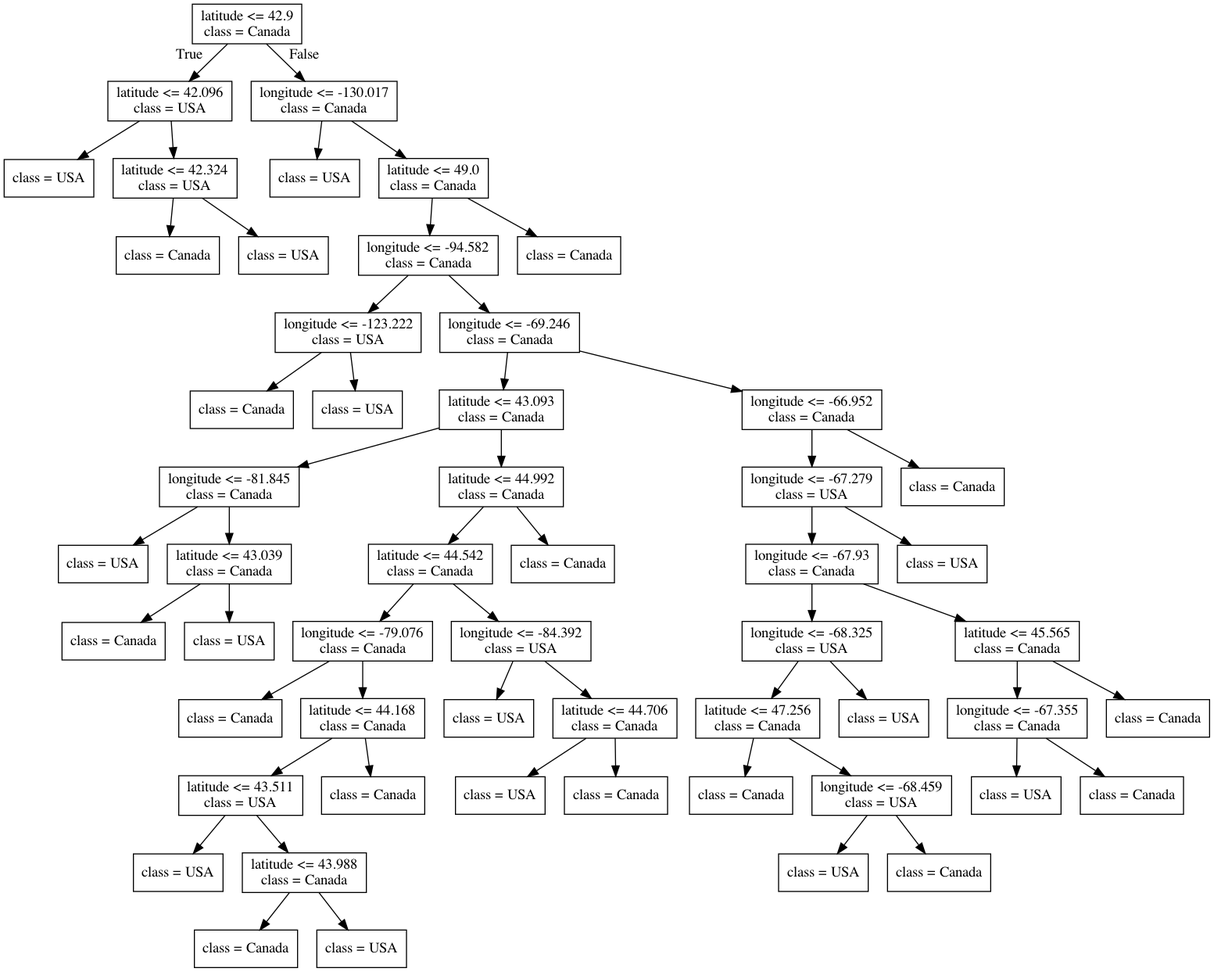
Above: lectures/Source.gv.png in bait509-ubc/BAIT509 (Graphviz), before the change. Its source is kept beside it as lectures/Source.gv.
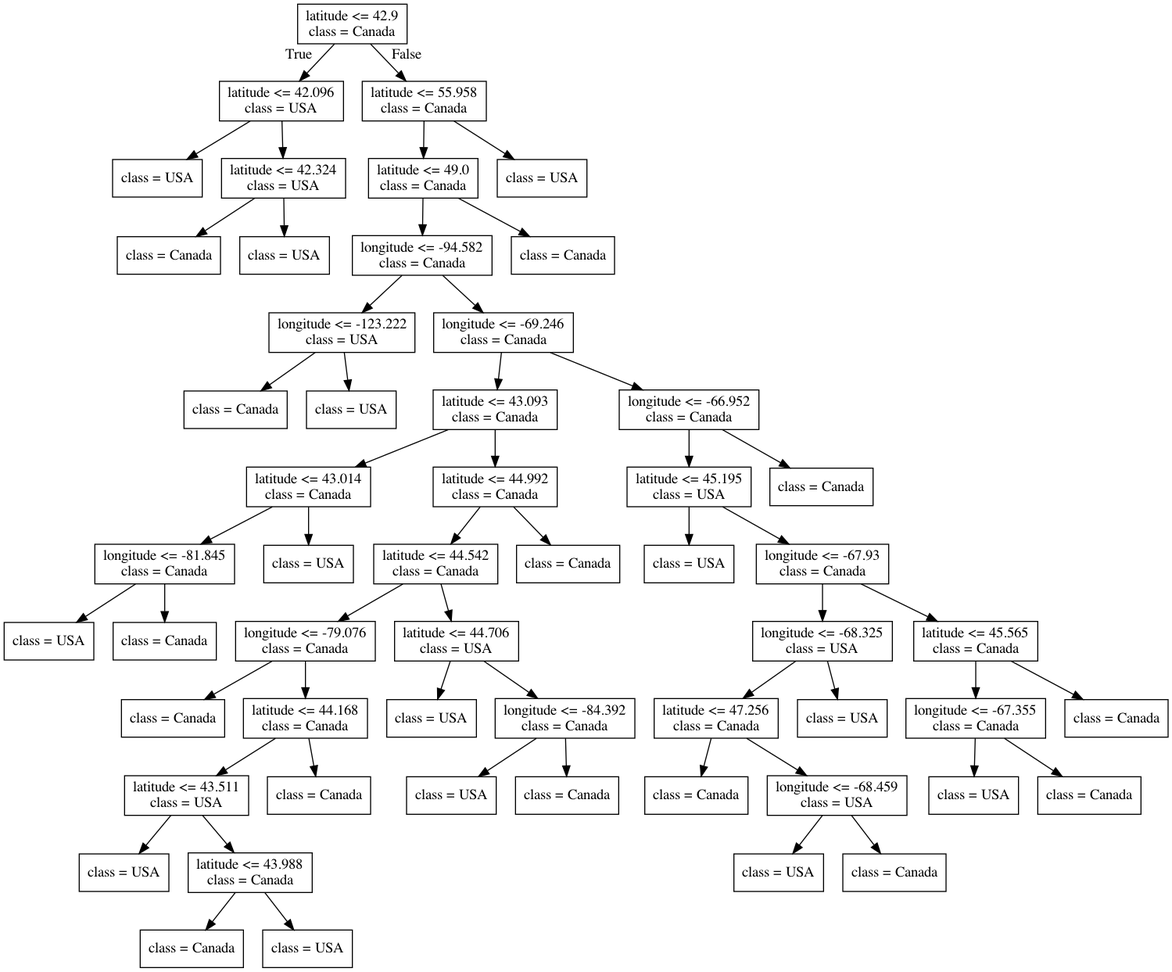
Above is the later version.

The edit, as a diff of the source:
```diff
@@ -11,74 +11,74 @@
 3 -> 4 ;
 5 [label="class = USA"] ;
 3 -> 5 ;
-6 [label="longitude <= -130.017\nclass = Canada"] ;
+6 [label="latitude <= 55.958\nclass = Canada"] ;
 0 -> 6 [labeldistance=2.5, labelangle=-45, headlabel="False"] ;
-7 [label="class = USA"] ;
+7 [label="latitude <= 49.0\nclass = Canada"] ;
 6 -> 7 ;
-8 [label="latitude <= 49.0\nclass = Canada"] ;
-6 -> 8 ;
-9 [label="longitude <= -94.582\nclass = Canada"] ;
+8 [label="longitude <= -94.582\nclass = Canada"] ;
+7 -> 8 ;
+9 [label="longitude <= -123.222\nclass = USA"] ;
 8 -> 9 ;
-10 [label="longitude <= -123.222\nclass = USA"] ;
+10 [label="class = Canada"] ;
 9 -> 10 ;
-11 [label="class = Canada"] ;
-10 -> 11 ;
-12 [label="class = USA"] ;
-10 -> 12 ;
-13 [label="longitude <= -69.246\nclass = Canada"] ;
-9 -> 13 ;
-14 [label="latitude <= 43.093\nclass = Canada"] ;
+11 [label="class = USA"] ;
+9 -> 11 ;
+12 [label="longitude <= -69.246\nclass = Canada"] ;
+8 -> 12 ;
+13 [label="latitude <= 43.093\nclass = Canada"] ;
+12 -> 13 ;
+14 [label="latitude <= 43.014\nclass = Canada"] ;
 13 -> 14 ;
 15 [label="longitude <= -81.845\nclass = Canada"] ;
 14 -> 15 ;
 16 [label="class = USA"] ;
 15 -> 16 ;
-17 [label="latitude <= 43.039\nclass = Canada"] ;
+17 [label="class = Canada"] ;
 15 -> 17 ;
-18 [label="class = Canada"] ;
-17 -> 18 ;
-19 [label="class = USA"] ;
-17 -> 19 ;
-20 [label="latitude <= 44.992\nclass = Canada"] ;
-14 -> 20 ;
-21 [label="latitude <= 44.542\nclass = Canada"] ;
+18 [label="class = USA"] ;
+14 -> 18 ;
+19 [label="latitude <= 44.992\nclass = Canada"] ;
+13 -> 19 ;
+20 [label="latitude <= 44.542\nclass = Canada"] ;
+19 -> 20 ;
+21 [label="longitude <= -79.076\nclass = Canada"] ;
 20 -> 21 ;
-22 [label="longitude <= -79.076\nclass = Canada"] ;
+22 [label="class = Canada"] ;
 21 -> 22 ;
-23 [label="class = Canada"] ;
-22 -> 23 ;
-24 [label="latitude <= 44.168\nclass = Canada"] ;
-22 -> 24 ;
-25 [label="latitude <= 43.511\nclass = USA"] ;
+23 [label="latitude <= 44.168\nclass = Canada"] ;
+21 -> 23 ;
+24 [label="latitude <= 43.511\nclass = USA"] ;
+23 -> 24 ;
+25 [label="class = USA"] ;
 24 -> 25 ;
-26 [label="class = USA"] ;
-25 -> 26 ;
-27 [label="latitude <= 43.988\nclass = Canada"] ;
-25 -> 27 ;
-28 [label="class = Canada"] ;
-27 -> 28 ;
-29 [label="class = USA"] ;
-27 -> 29 ;
-30 [label="class = Canada"] ;
-24 -> 30 ;
-31 [label="longitude <= -84.392\nclass = USA"] ;
-21 -> 31 ;
-32 [label="class = USA"] ;
-31 -> 32 ;
-33 [label="latitude <= 44.706\nclass = Canada"] ;
-31 -> 33 ;
-34 [label="class = USA"] ;
-33 -> 34 ;
+26 [label="latitude <= 43.988\nclass = Canada"] ;
+24 -> 26 ;
+27 [label="class = Canada"] ;
+26 -> 27 ;
+28 [label="class = USA"] ;
+26 -> 28 ;
+29 [label="class = Canada"] ;
+23 -> 29 ;
+30 [label="latitude <= 44.706\nclass = USA"] ;
+20 -> 30 ;
+31 [label="class = USA"] ;
+30 -> 31 ;
+32 [label="longitude <= -84.392\nclass = Canada"] ;
+30 -> 32 ;
+33 [label="class = USA"] ;
+32 -> 33 ;
+34 [label="class = Canada"] ;
+32 -> 34 ;
 35 [label="class = Canada"] ;
-33 -> 35 ;
-36 [label="class = Canada"] ;
-20 -> 36 ;
-37 [label="longitude <= -66.952\nclass = Canada"] ;
-13 -> 37 ;
-38 [label="longitude <= -67.279\nclass = USA"] ;
+19 -> 35 ;
+36 [label="longitude <= -66.952\nclass = Canada"] ;
+12 -> 36 ;
+37 [label="latitude <= 45.195\nclass = USA"] ;
+36 -> 37 ;
+38 [label="class = USA"] ;
 37 -> 38 ;
 39 [label="longitude <= -67.93\nclass = Canada"] ;
-38 -> 39 ;
+37 -> 39 ;
 40 [label="longitude <= -68.325\nclass = USA"] ;
 39 -> 40 ;
 41 [label="latitude <= 47.256\nclass = Canada"] ;
@@ -103,10 +103,10 @@
 48 -> 50 ;
 51 [label="class = Canada"] ;
 47 -> 51 ;
-52 [label="class = USA"] ;
-38 -> 52 ;
+52 [label="class = Canada"] ;
+36 -> 52 ;
 53 [label="class = Canada"] ;
-37 -> 53 ;
-54 [label="class = Canada"] ;
-8 -> 54 ;
+7 -> 53 ;
+54 [label="class = USA"] ;
+6 -> 54 ;
 }
```
